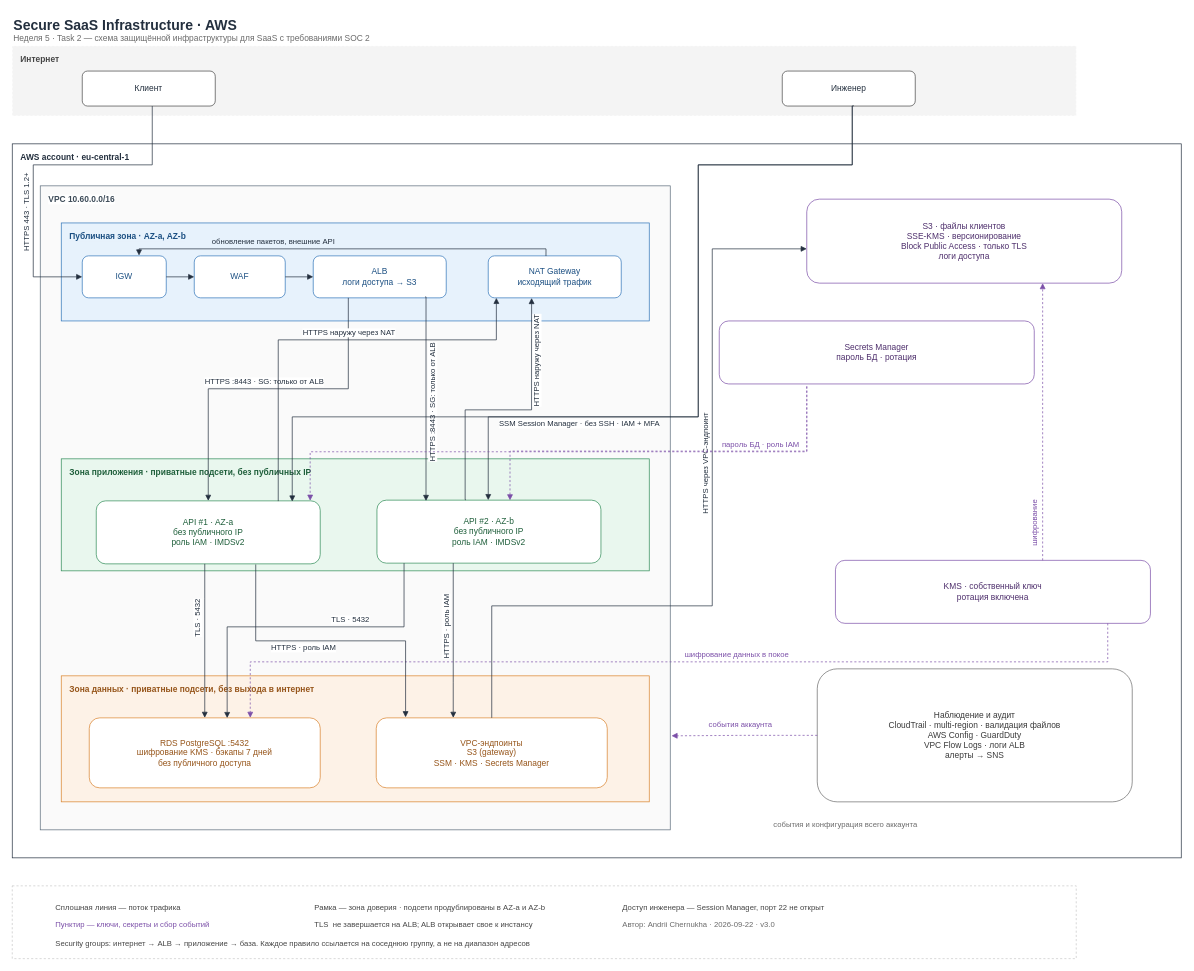
Earlier version of the draw.io diagram docs/diagram/secure-saas-wide.drawio (actimel33/secure-saas-infra). Source tidied: cells renumbered, new cells numbered last; positions are measured from the earlier drawing's top-left corner, leaving out a move shared by most shapes. Both pictures are drawn from the tidied source at 70%, with x=0, y=0 at pixel (12, 12).
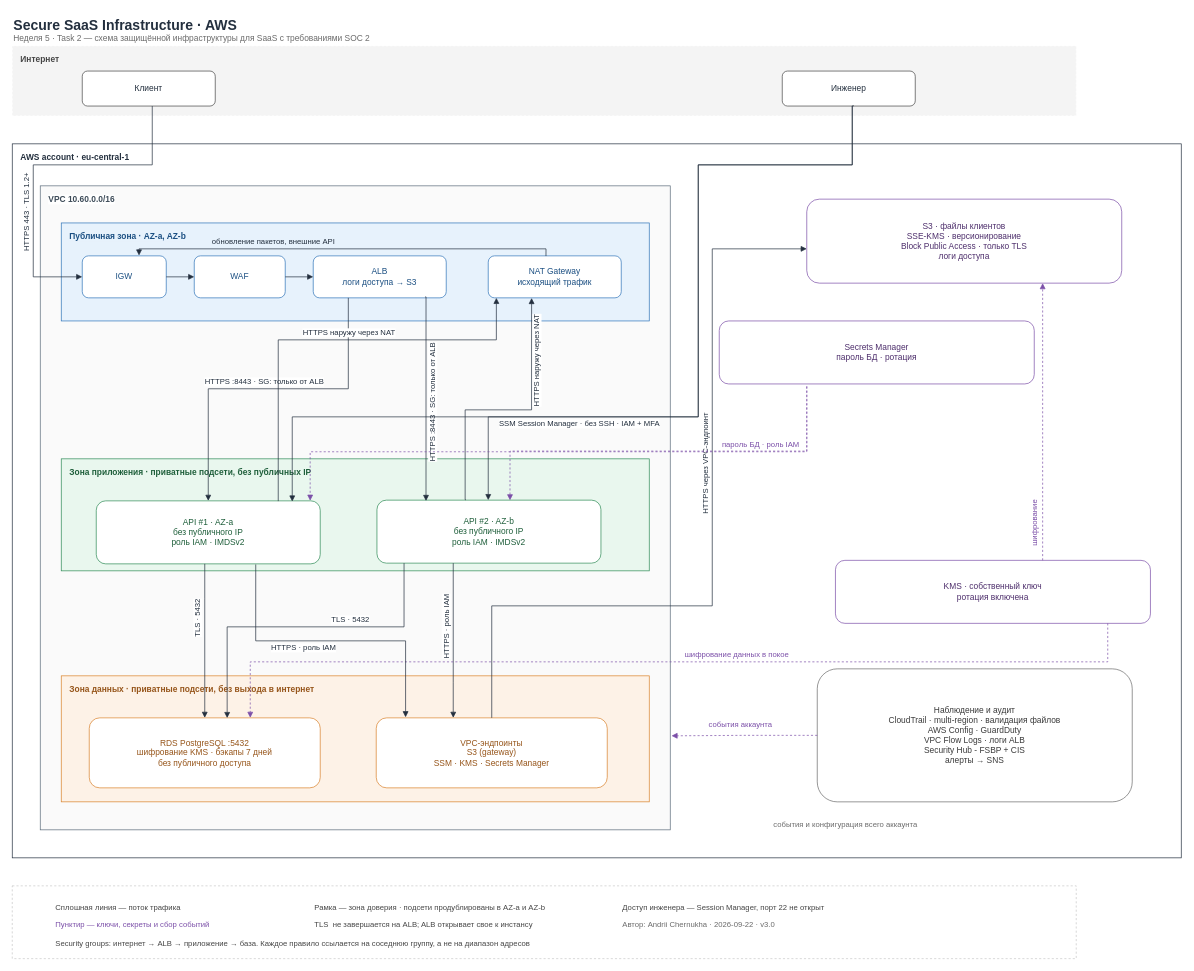
The same page after the edit.

Change to the diagram source:
```diff
@@
-    <mxCell id="22" value="Наблюдение и аудит&#10;CloudTrail · multi-region · валидация файлов&#10;AWS Config · GuardDuty&#10;VPC Flow Logs · логи ALB&#10;алерты → SNS" style="rounded=1;whiteSpace=wrap;html=1;fillColor=#FFFFFF;strokeColor=#6B6B6B;fontColor=#3A3A3A;fontSize=12;" parent="1" vertex="1">
+    <mxCell id="22" value="Наблюдение и аудит&lt;br&gt;CloudTrail · multi-region · валидация файлов&lt;br&gt;AWS Config · GuardDuty&lt;br&gt;VPC Flow Logs · логи ALB&lt;div&gt;Security Hub - FSBP + CIS&lt;br&gt;алерты → SNS&lt;/div&gt;" style="rounded=1;whiteSpace=wrap;html=1;fillColor=#FFFFFF;strokeColor=#6B6B6B;fontColor=#3A3A3A;fontSize=12;" parent="1" vertex="1">
       <mxGeometry x="1150" y="938" width="450" height="190" as="geometry" />
     </mxCell>
```
